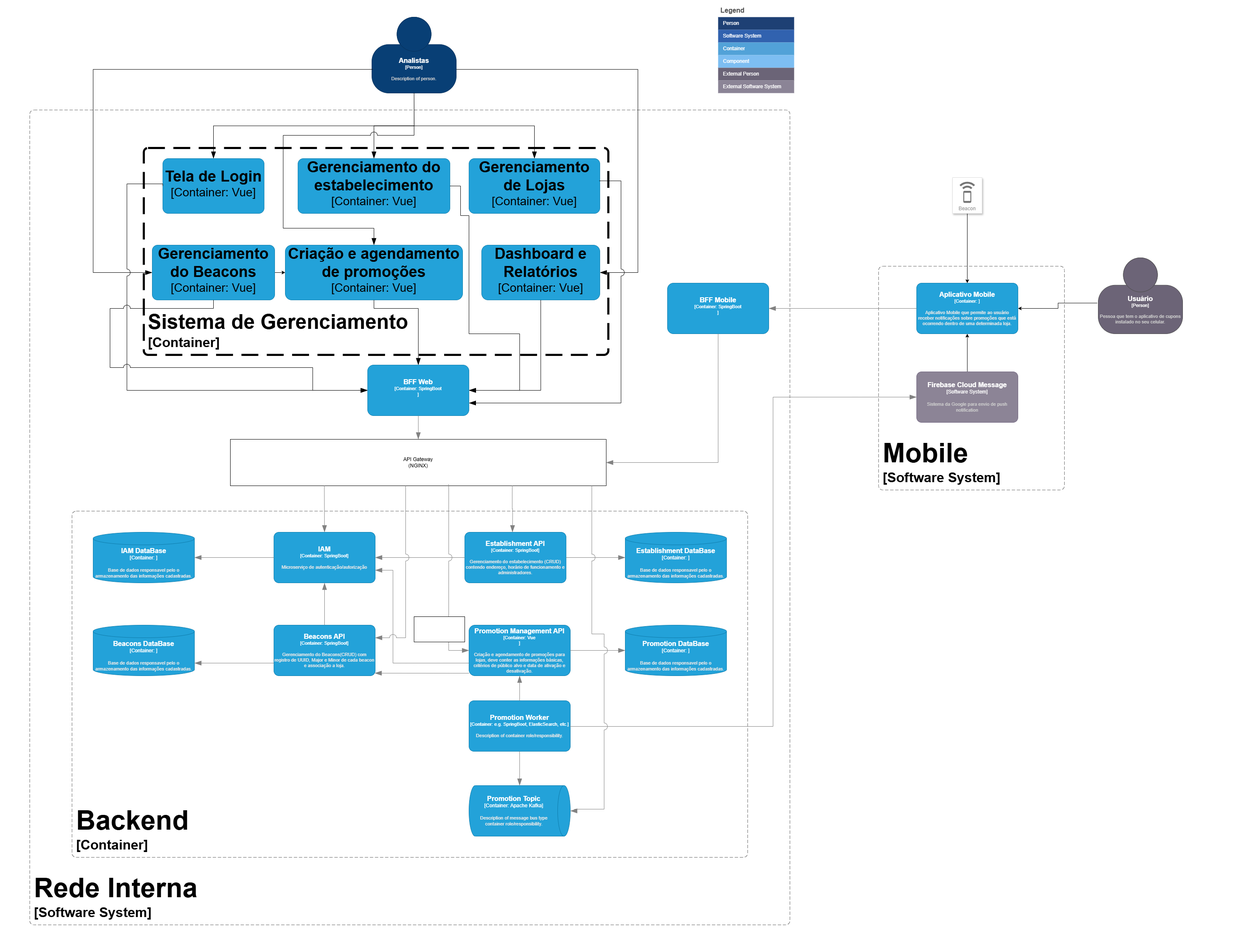
This is arquitetura-container.png from dickson-souza-projects/arq-soft-distrib-puc-minas-2025-java, a draw.io export, as it was before one commit. Source tidied: cells renumbered, new cells last; positions are measured from the earlier drawing's top-left corner, leaving out a move shared by most shapes.
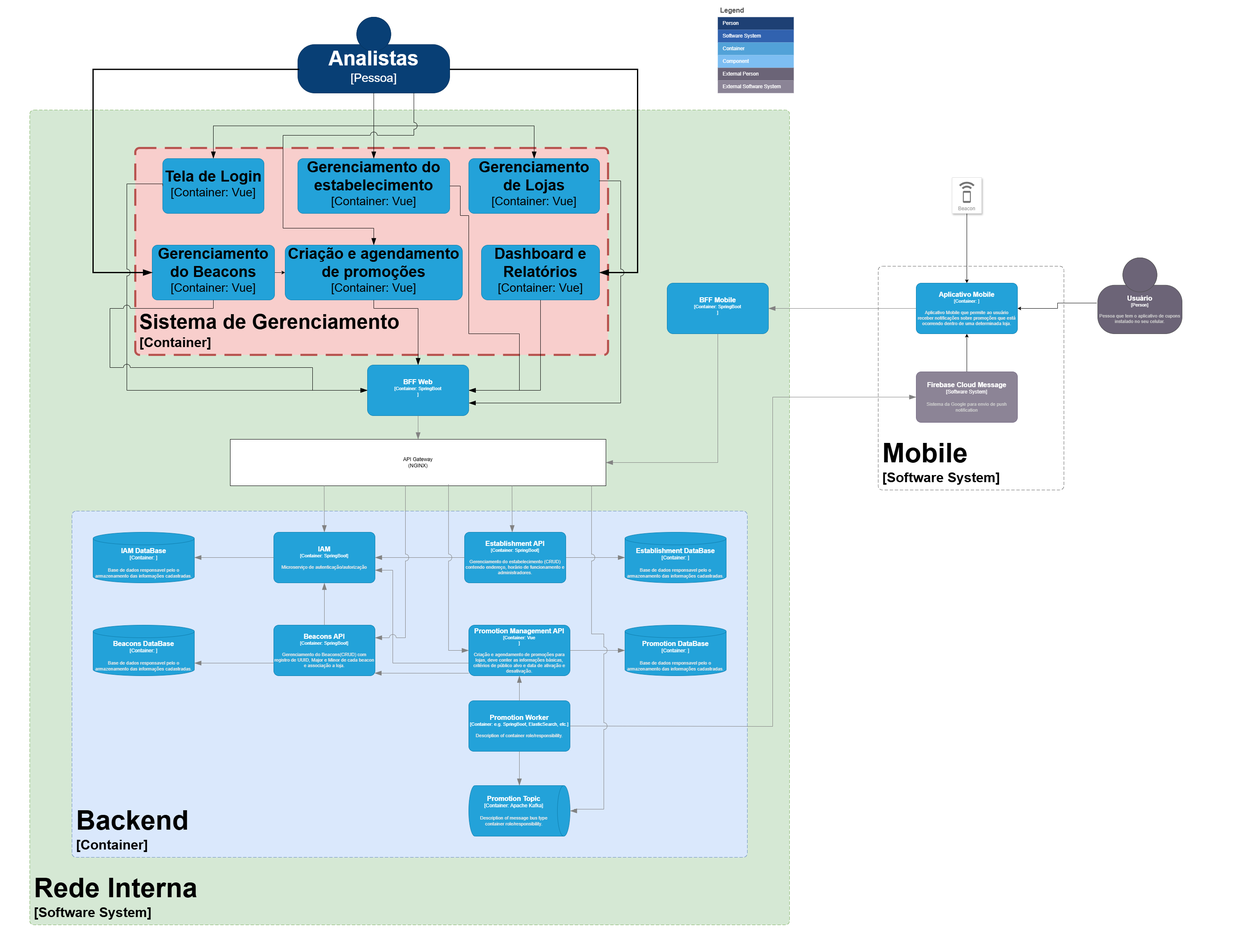
Later version of the same file.

Commit message:
Colorização do diagrama C4 do sistema

Diff of the diagram source:
```diff
@@ -22,15 +22,10 @@
       </mxCell>
     </object>
     <object id="7" label="&lt;div style=&quot;text-align: left&quot;&gt;&lt;font style=&quot;font-size: 64px&quot;&gt;&lt;b&gt;&lt;font color=&quot;#000000&quot;&gt;%c4Name%&lt;/font&gt;&lt;/div&gt;&lt;/font&gt;&lt;div style=&quot;text-align: left&quot;&gt;&lt;font style=&quot;font-size: 32px&quot;&gt;&lt;font color=&quot;#000000&quot;&gt;[%c4Application%]&lt;/font&gt;&lt;/font&gt;&lt;/div&gt;" c4Application="Software System" c4Name="Rede Interna" c4Type="SystemScopeBoundary" placeholders="1">
-      <mxCell style="rounded=1;fontSize=11;whiteSpace=wrap;html=1;dashed=1;arcSize=20;fillColor=none;strokeColor=#666666;fontColor=#333333;labelBackgroundColor=none;align=left;verticalAlign=bottom;labelBorderColor=none;spacingTop=0;spacing=10;dashPattern=8 4;perimeter=rectanglePerimeter;noLabel=0;labelPadding=0;absoluteArcSize=1;" parent="1" vertex="1">
+      <mxCell style="rounded=1;fontSize=11;whiteSpace=wrap;html=1;dashed=1;arcSize=20;fillColor=#d5e8d4;strokeColor=#82b366;labelBackgroundColor=none;align=left;verticalAlign=bottom;labelBorderColor=none;spacingTop=0;spacing=10;dashPattern=8 4;perimeter=rectanglePerimeter;noLabel=0;labelPadding=0;absoluteArcSize=1;" parent="1" vertex="1">
         <mxGeometry x="70" y="260" width="1800" height="1930" as="geometry" />
       </mxCell>
     </object>
-    <object id="8" label="&lt;font style=&quot;font-size: 16px&quot;&gt;&lt;b&gt;%c4Name%&lt;/b&gt;&lt;/font&gt;&lt;div&gt;[%c4Type%:&amp;nbsp;%c4Technology%]&lt;/div&gt;&lt;br&gt;&lt;div&gt;&lt;font style=&quot;font-size: 11px&quot;&gt;&lt;font color=&quot;#E6E6E6&quot;&gt;%c4Description%&lt;/font&gt;&lt;/div&gt;" c4Description="Base de dados responsavel pelo o armazenamento das informações cadastradas." c4Name="IAM DataBase" c4Technology="" c4Type="Container" placeholders="1">
-      <mxCell style="shape=cylinder3;size=15;whiteSpace=wrap;html=1;boundedLbl=1;rounded=0;labelBackgroundColor=none;fillColor=#23A2D9;fontSize=12;fontColor=#ffffff;align=center;strokeColor=#0E7DAD;points=[[0.5,0,0],[1,0.25,0],[1,0.5,0],[1,0.75,0],[0.5,1,0],[0,0.75,0],[0,0.5,0],[0,0.25,0]];" parent="1" vertex="1">
-        <mxGeometry x="220" y="1260" width="240" height="120" as="geometry" />
-      </mxCell>
-    </object>
     <object id="9" label="&lt;font style=&quot;font-size: 16px&quot;&gt;&lt;b&gt;%c4Name%&lt;/b&gt;&lt;/font&gt;&lt;div&gt;[%c4Type%: %c4Technology%]&lt;/div&gt;&lt;br&gt;&lt;div&gt;&lt;font style=&quot;font-size: 11px&quot;&gt;&lt;font color=&quot;#E6E6E6&quot;&gt;%c4Description%&lt;/font&gt;&lt;/div&gt;" c4Description="Aplicativo Mobile que permite ao usuário receber notificações sobre promoções que está ocorrendo dentro de uma determinada loja." c4Name="Aplicativo Mobile" c4Technology="" c4Type="Container" placeholders="1">
       <mxCell style="rounded=1;whiteSpace=wrap;html=1;fontSize=11;labelBackgroundColor=none;fillColor=#23A2D9;fontColor=#ffffff;align=center;arcSize=10;strokeColor=#0E7DAD;points=[[0.25,0,0],[0.5,0,0],[0.75,0,0],[1,0.25,0],[1,0.5,0],[1,0.75,0],[0.75,1,0],[0.5,1,0],[0.25,1,0],[0,0.75,0],[0,0.5,0],[0,0.25,0]];" parent="1" vertex="1">
         <mxGeometry x="2170" y="670" width="240" height="120" as="geometry" />
@@ -45,8 +40,8 @@
       <mxGeometry relative="1" as="geometry" />
     </mxCell>
     <object id="12" label="&lt;div style=&quot;text-align: left&quot;&gt;&lt;font style=&quot;font-size: 48px&quot;&gt;&lt;b&gt;&lt;font color=&quot;#000000&quot;&gt;%c4Name%&lt;/font&gt;&lt;/div&gt;&lt;/font&gt;&lt;div style=&quot;text-align: left&quot;&gt;&lt;font style=&quot;font-size: 32px&quot;&gt;&lt;font color=&quot;#000000&quot;&gt;[%c4Application%]&lt;/font&gt;&lt;/font&gt;&lt;/div&gt;" c4Application="Container" c4Name="Sistema de Gerenciamento" c4Type="ContainerScopeBoundary" placeholders="1">
-      <mxCell style="rounded=1;fontSize=11;whiteSpace=wrap;html=1;dashed=1;arcSize=20;fillColor=none;strokeColor=#000000;fontColor=#333333;labelBackgroundColor=none;align=left;verticalAlign=bottom;labelBorderColor=none;spacingTop=0;spacing=10;dashPattern=8 4;perimeter=rectanglePerimeter;noLabel=0;labelPadding=0;absoluteArcSize=1;strokeWidth=5;" parent="1" vertex="1">
-        <mxGeometry x="340" y="350" width="1100" height="490" as="geometry" />
+      <mxCell style="rounded=1;fontSize=11;whiteSpace=wrap;html=1;dashed=1;arcSize=20;fillColor=#f8cecc;strokeColor=#b85450;labelBackgroundColor=none;align=left;verticalAlign=bottom;labelBorderColor=none;spacingTop=0;spacing=10;dashPattern=8 4;perimeter=rectanglePerimeter;noLabel=0;labelPadding=0;absoluteArcSize=1;strokeWidth=5;" parent="1" vertex="1">
+        <mxGeometry x="320" y="350" width="1120" height="490" as="geometry" />
       </mxCell>
     </object>
     <object id="13" label="&lt;font style=&quot;font-size: 36px&quot;&gt;&lt;b&gt;&lt;font color=&quot;#000000&quot;&gt;%c4Name%&lt;/font&gt;&lt;/b&gt;&lt;/font&gt;&lt;div&gt;&lt;font style=&quot;font-size: 28px&quot;&gt;&lt;font color=&quot;#000000&quot;&gt;[%c4Type%: %c4Technology%]&lt;/font&gt;&lt;/font&gt;&lt;/div&gt;&lt;br&gt;&lt;div&gt;&lt;font style=&quot;font-size: 11px&quot;&gt;&lt;font color=&quot;#00000&quot;&gt;%c4Description%&lt;/font&gt;&lt;/font&gt;&lt;/div&gt;" c4Description="" c4Name="Tela de Login" c4Technology="Vue" c4Type="Container" placeholders="1">
@@ -82,6 +77,11 @@
         <mxGeometry x="1140" y="580" width="280" height="130" as="geometry" />
       </mxCell>
     </object>
+    <object id="52" label="&lt;div style=&quot;text-align: left&quot;&gt;&lt;font style=&quot;font-size: 64px&quot;&gt;&lt;b&gt;&lt;font color=&quot;#000000&quot;&gt;%c4Name%&lt;/font&gt;&lt;/div&gt;&lt;/font&gt;&lt;div style=&quot;text-align: left&quot;&gt;&lt;font style=&quot;font-size: 32px&quot;&gt;&lt;font color=&quot;#000000&quot;&gt;[%c4Application%]&lt;/font&gt;&lt;/font&gt;&lt;/div&gt;" c4Application="Container" c4Name="Backend" c4Type="ContainerScopeBoundary" placeholders="1">
+      <mxCell style="rounded=1;fontSize=11;whiteSpace=wrap;html=1;dashed=1;arcSize=20;fillColor=#dae8fc;strokeColor=#6c8ebf;labelBackgroundColor=none;align=left;verticalAlign=bottom;labelBorderColor=none;spacingTop=0;spacing=10;dashPattern=8 4;perimeter=rectanglePerimeter;noLabel=0;labelPadding=0;absoluteArcSize=1;" parent="1" vertex="1">
+        <mxGeometry x="170" y="1210" width="1600" height="820" as="geometry" />
+      </mxCell>
+    </object>
     <mxCell id="20" style="edgeStyle=orthogonalEdgeStyle;rounded=0;jettySize=auto;html=1;" parent="1" edge="1" source="21" target="9">
       <mxGeometry relative="1" as="geometry" />
     </mxCell>
@@ -90,9 +90,9 @@
         <mxGeometry x="2170" y="880" width="240" height="120" as="geometry" />
       </mxCell>
     </object>
-    <object id="22" label="&lt;font style=&quot;font-size: 16px&quot;&gt;&lt;b&gt;%c4Name%&lt;/b&gt;&lt;/font&gt;&lt;div&gt;[%c4Type%]&lt;/div&gt;&lt;br&gt;&lt;div&gt;&lt;font style=&quot;font-size: 11px&quot;&gt;&lt;font color=&quot;#cccccc&quot;&gt;%c4Description%&lt;/font&gt;&lt;/div&gt;" c4Description="Description of person." c4Name="Analistas" c4Type="Person" placeholders="1">
+    <object id="22" label="&lt;font style=&quot;font-size: 48px&quot;&gt;&lt;b&gt;&lt;font color=&quot;#FFFFFF&quot;&gt;%c4Name%&lt;/font&gt;&lt;/b&gt;&lt;/font&gt;&lt;div&gt;&lt;font style=&quot;font-size: 28px&quot;&gt;&lt;font color=&quot;#FFFFFF&quot;&gt;[%c4Type%]&lt;/font&gt;&lt;/font&gt;&lt;/div&gt;&lt;br&gt;&lt;div&gt;&lt;font style=&quot;font-size: 28px&quot;&gt;&lt;font color=&quot;#FFFFFF&quot;&gt;%c4Description%&lt;/font&gt;&lt;/font&gt;&lt;/div&gt;" c4Description="" c4Name="Analistas" c4Type="Pessoa" placeholders="1">
       <mxCell style="html=1;fontSize=11;dashed=0;whiteSpace=wrap;fillColor=#083F75;strokeColor=#06315C;fontColor=#ffffff;shape=mxgraph.c4.person2;align=center;points=[[0.5,0,0],[1,0.5,0],[1,0.75,0],[0.75,1,0],[0.5,1,0],[0.25,1,0],[0,0.75,0],[0,0.5,0]];" parent="1" vertex="1">
-        <mxGeometry x="880" y="40" width="200" height="180" as="geometry" />
+        <mxGeometry x="705" y="40" width="360" height="180" as="geometry" />
       </mxCell>
     </object>
     <object id="23" label="" c4Type="Relationship" placeholders="1">
@@ -124,7 +124,7 @@
       </mxCell>
     </object>
     <object id="27" label="" c4Type="Relationship" placeholders="1">
-      <mxCell style="endArrow=blockThin;html=1;fontSize=10;fontColor=#404040;strokeWidth=1;endFill=1;strokeColor=#000000;elbow=vertical;endSize=14;startSize=14;jumpStyle=arc;jumpSize=16;rounded=0;edgeStyle=orthogonalEdgeStyle;exitX=0.009;exitY=0.688;exitDx=0;exitDy=0;exitPerimeter=0;entryX=0;entryY=0.5;entryDx=0;entryDy=0;entryPerimeter=0;" parent="1" edge="1" source="22" target="17">
+      <mxCell style="endArrow=blockThin;html=1;fontSize=10;fontColor=#404040;strokeWidth=3;endFill=1;strokeColor=#000000;elbow=vertical;endSize=14;startSize=14;jumpStyle=arc;jumpSize=16;rounded=0;edgeStyle=orthogonalEdgeStyle;exitX=0.009;exitY=0.688;exitDx=0;exitDy=0;exitPerimeter=0;entryX=0;entryY=0.5;entryDx=0;entryDy=0;entryPerimeter=0;" parent="1" edge="1" source="22" target="17">
         <mxGeometry relative="1" as="geometry">
           <Array as="points">
             <mxPoint x="220" y="164" />
@@ -134,7 +134,7 @@
       </mxCell>
     </object>
     <object id="28" label="" c4Type="Relationship" placeholders="1">
-      <mxCell style="endArrow=blockThin;html=1;fontSize=10;fontColor=#404040;strokeWidth=1;endFill=1;strokeColor=#000000;elbow=vertical;endSize=14;startSize=14;jumpStyle=arc;jumpSize=16;rounded=0;edgeStyle=orthogonalEdgeStyle;exitX=1.001;exitY=0.688;exitDx=0;exitDy=0;exitPerimeter=0;entryX=1;entryY=0.5;entryDx=0;entryDy=0;entryPerimeter=0;" parent="1" edge="1" source="22" target="19">
+      <mxCell style="endArrow=blockThin;html=1;fontSize=10;fontColor=#404040;strokeWidth=3;endFill=1;strokeColor=#000000;elbow=vertical;endSize=14;startSize=14;jumpStyle=arc;jumpSize=16;rounded=0;edgeStyle=orthogonalEdgeStyle;exitX=1.001;exitY=0.688;exitDx=0;exitDy=0;exitPerimeter=0;entryX=1;entryY=0.5;entryDx=0;entryDy=0;entryPerimeter=0;" parent="1" edge="1" source="22" target="19">
         <mxGeometry relative="1" as="geometry">
           <Array as="points">
             <mxPoint x="1510" y="164" />
@@ -232,11 +232,6 @@
         <mxGeometry relative="1" as="geometry" />
       </mxCell>
     </object>
-    <object id="52" label="&lt;div style=&quot;text-align: left&quot;&gt;&lt;font style=&quot;font-size: 64px&quot;&gt;&lt;b&gt;&lt;font color=&quot;#000000&quot;&gt;%c4Name%&lt;/font&gt;&lt;/div&gt;&lt;/font&gt;&lt;div style=&quot;text-align: left&quot;&gt;&lt;font style=&quot;font-size: 32px&quot;&gt;&lt;font color=&quot;#000000&quot;&gt;[%c4Application%]&lt;/font&gt;&lt;/font&gt;&lt;/div&gt;" c4Application="Container" c4Name="Backend" c4Type="ContainerScopeBoundary" placeholders="1">
-      <mxCell style="rounded=1;fontSize=11;whiteSpace=wrap;html=1;dashed=1;arcSize=20;fillColor=none;strokeColor=#666666;fontColor=#333333;labelBackgroundColor=none;align=left;verticalAlign=bottom;labelBorderColor=none;spacingTop=0;spacing=10;dashPattern=8 4;perimeter=rectanglePerimeter;noLabel=0;labelPadding=0;absoluteArcSize=1;" parent="1" vertex="1">
-        <mxGeometry x="170" y="1210" width="1600" height="820" as="geometry" />
-      </mxCell>
-    </object>
     <object id="53" label="&lt;font style=&quot;font-size: 16px&quot;&gt;&lt;b&gt;%c4Name%&lt;/b&gt;&lt;/font&gt;&lt;div&gt;[%c4Type%: %c4Technology%]&lt;/div&gt;&lt;br&gt;&lt;div&gt;&lt;font style=&quot;font-size: 11px&quot;&gt;&lt;font color=&quot;#E6E6E6&quot;&gt;%c4Description%&lt;/font&gt;&lt;/div&gt;" c4Description="" c4Name="BFF Mobile" c4Technology="SpringBoot&#10;" c4Type="Container" placeholders="1">
       <mxCell style="rounded=1;whiteSpace=wrap;html=1;fontSize=11;labelBackgroundColor=none;fillColor=#23A2D9;fontColor=#ffffff;align=center;arcSize=12;strokeColor=#0E7DAD;points=[[0.25,0,0],[0.5,0,0],[0.75,0,0],[1,0.25,0],[1,0.5,0],[1,0.75,0],[0.75,1,0],[0.5,1,0],[0.25,1,0],[0,0.75,0],[0,0.5,0],[0,0.25,0]];imageWidth=34;imageHeight=34;rotation=0;" parent="1" vertex="1">
         <mxGeometry x="1580" y="670" width="240" height="120" as="geometry" />
@@ -430,8 +425,10 @@
         </mxGeometry>
       </mxCell>
     </object>
-    <mxCell id="80" style="rounded=0;whiteSpace=wrap;html=1;" parent="1" vertex="1">
-      <mxGeometry x="980" y="1460" width="120" height="60" as="geometry" />
-    </mxCell>
+    <object id="8" label="&lt;font style=&quot;font-size: 16px&quot;&gt;&lt;b&gt;%c4Name%&lt;/b&gt;&lt;/font&gt;&lt;div&gt;[%c4Type%:&amp;nbsp;%c4Technology%]&lt;/div&gt;&lt;br&gt;&lt;div&gt;&lt;font style=&quot;font-size: 11px&quot;&gt;&lt;font color=&quot;#E6E6E6&quot;&gt;%c4Description%&lt;/font&gt;&lt;/div&gt;" c4Description="Base de dados responsavel pelo o armazenamento das informações cadastradas." c4Name="IAM DataBase" c4Technology="" c4Type="Container" placeholders="1">
+      <mxCell style="shape=cylinder3;size=15;whiteSpace=wrap;html=1;boundedLbl=1;rounded=0;labelBackgroundColor=none;fillColor=#23A2D9;fontSize=12;fontColor=#ffffff;align=center;strokeColor=#0E7DAD;points=[[0.5,0,0],[1,0.25,0],[1,0.5,0],[1,0.75,0],[0.5,1,0],[0,0.75,0],[0,0.5,0],[0,0.25,0]];" parent="1" vertex="1">
+        <mxGeometry x="220" y="1260" width="240" height="120" as="geometry" />
+      </mxCell>
+    </object>
   </root>
 </mxGraphModel>
```
